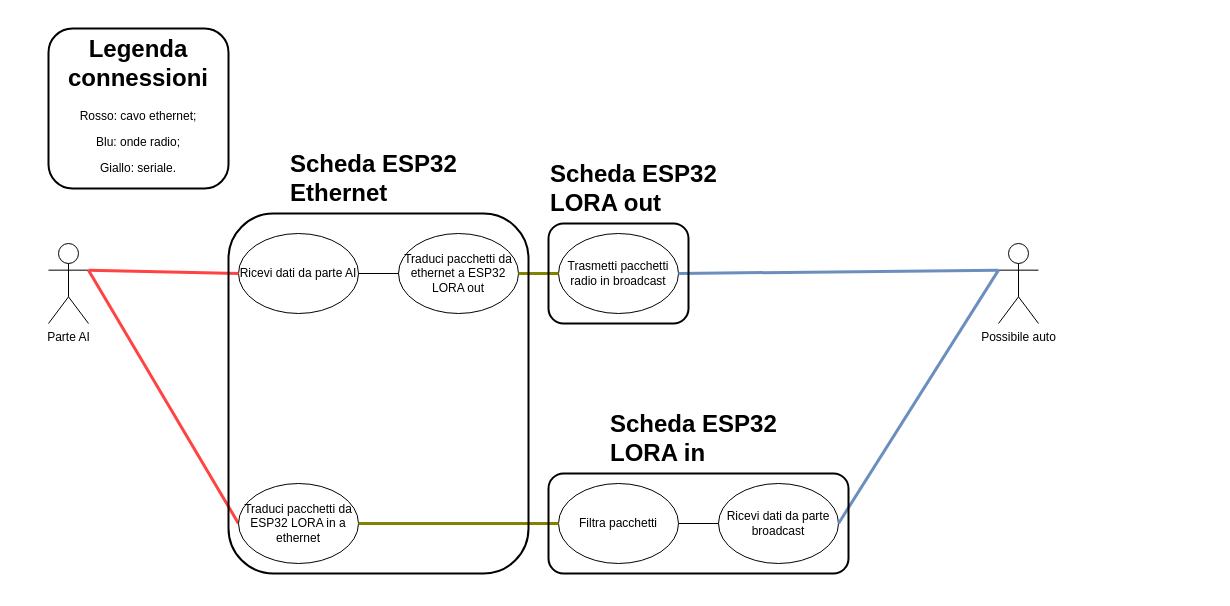
The draw.io diagram software/diagrams/diagramma_casi_d'uso.drawio in ZXerniXZ/VIPRA, before the edit. Source tidied: cells renumbered, new cells numbered last; positions are measured from the earlier drawing's top-left corner, leaving out a move shared by most shapes. Both pictures are drawn from the tidied source at 100%, with x=0, y=0 at pixel (48, 28).
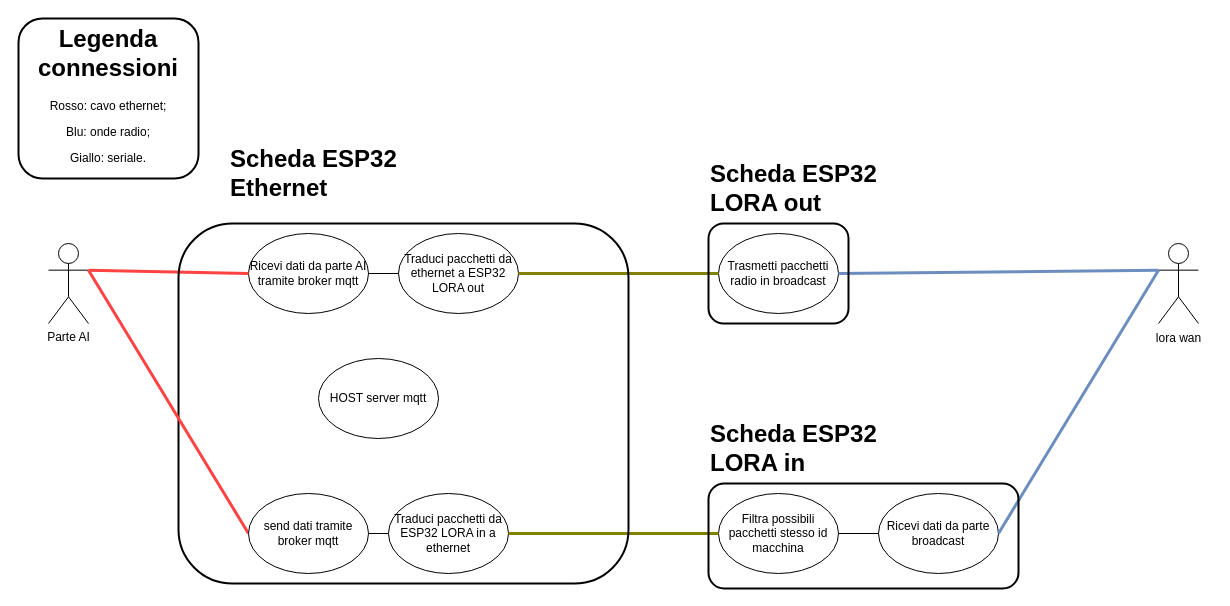
After the change.

Unchanged cells that the change refers to:
```xml
<mxCell id="2" value="Parte AI" style="shape=umlActor;verticalLabelPosition=bottom;verticalAlign=top;html=1;outlineConnect=0;" parent="1" vertex="1">
  <mxGeometry y="215" width="40" height="80" as="geometry" />
</mxCell>
```

What changed in the source:
```diff
@@
-    <mxCell id="3" value="Possibile auto" style="shape=umlActor;verticalLabelPosition=bottom;verticalAlign=top;html=1;outlineConnect=0;" parent="1" vertex="1">
-      <mxGeometry x="950" y="215" width="40" height="80" as="geometry" />
+    <mxCell id="3" style="shape=umlActor;verticalLabelPosition=bottom;verticalAlign=top;html=1;outlineConnect=0;" parent="1" vertex="1">
+      <mxGeometry x="1110" y="215" width="40" height="80" as="geometry" />
     </mxCell>
-    <mxCell id="4" value="Ricevi dati da parte AI" style="ellipse;whiteSpace=wrap;html=1;" parent="1" vertex="1">
-      <mxGeometry x="190" y="205" width="120" height="80" as="geometry" />
+    <mxCell id="4" value="Ricevi dati da parte AI&lt;div&gt;tramite broker mqtt&lt;/div&gt;" style="ellipse;whiteSpace=wrap;html=1;" parent="1" vertex="1">
+      <mxGeometry x="200" y="205" width="120" height="80" as="geometry" />
     </mxCell>
-    <mxCell id="5" value="Filtra pacchetti" style="ellipse;whiteSpace=wrap;html=1;" parent="1" vertex="1">
-      <mxGeometry x="510" y="455" width="120" height="80" as="geometry" />
+    <mxCell id="5" value="Filtra possibili pacchetti stesso id macchina" style="ellipse;whiteSpace=wrap;html=1;" parent="1" vertex="1">
+      <mxGeometry x="670" y="465" width="120" height="80" as="geometry" />
     </mxCell>
     <mxCell id="6" value="Trasmetti pacchetti radio in broadcast" style="ellipse;whiteSpace=wrap;html=1;" parent="1" vertex="1">
-      <mxGeometry x="510" y="205" width="120" height="80" as="geometry" />
+      <mxGeometry x="670" y="205" width="120" height="80" as="geometry" />
     </mxCell>
     <mxCell id="7" value="Ricevi dati da parte broadcast" style="ellipse;whiteSpace=wrap;html=1;" parent="1" vertex="1">
-      <mxGeometry x="670" y="455" width="120" height="80" as="geometry" />
+      <mxGeometry x="830" y="465" width="120" height="80" as="geometry" />
     </mxCell>
@@
-    <mxCell id="10" style="endArrow=none;html=1;rounded=0;entryX=0;entryY=0.5;entryDx=0;entryDy=0;exitX=1;exitY=0.3333333333333333;exitDx=0;exitDy=0;exitPerimeter=0;strokeColor=#FF4242;strokeWidth=3;" parent="1" edge="1" source="2" target="4">
+    <mxCell id="10" style="endArrow=none;html=1;rounded=0;entryX=0;entryY=0.5;entryDx=0;entryDy=0;exitX=1;exitY=0.3333333333333333;exitDx=0;exitDy=0;strokeColor=#FF4242;strokeWidth=3;exitPerimeter=0;" parent="1" edge="1" source="2" target="4">
       <mxGeometry relative="1" as="geometry" />
     </mxCell>
@@
-    <mxCell id="14" style="endArrow=none;html=1;rounded=0;exitX=1;exitY=0.3333333333333333;exitDx=0;exitDy=0;exitPerimeter=0;entryX=0;entryY=0.5;entryDx=0;entryDy=0;strokeColor=#FF4242;strokeWidth=3;" parent="1" edge="1" source="2" target="15">
+    <mxCell id="14" style="endArrow=none;html=1;rounded=0;exitX=1;exitY=0.5;exitDx=0;exitDy=0;entryX=0;entryY=0.5;entryDx=0;entryDy=0;strokeColor=#080604;strokeWidth=1;" parent="1" edge="1" source="27" target="15">
       <mxGeometry relative="1" as="geometry" />
     </mxCell>
     <mxCell id="15" value="Traduci pacchetti da ESP32 LORA in a ethernet" style="ellipse;whiteSpace=wrap;html=1;" parent="1" vertex="1">
-      <mxGeometry x="190" y="455" width="120" height="80" as="geometry" />
+      <mxGeometry x="340" y="465" width="120" height="80" as="geometry" />
     </mxCell>
@@
     <mxCell id="18" style="rounded=1;whiteSpace=wrap;html=1;fillColor=none;strokeWidth=2;" parent="1" vertex="1">
-      <mxGeometry x="180" y="185" width="300" height="360" as="geometry" />
+      <mxGeometry x="130" y="195" width="450" height="360" as="geometry" />
     </mxCell>
     <mxCell id="19" value="&lt;h1 style=&quot;margin-top: 0px;&quot;&gt;Scheda ESP32 Ethernet&lt;/h1&gt;" style="text;html=1;whiteSpace=wrap;overflow=hidden;rounded=0;" parent="1" vertex="1">
-      <mxGeometry x="240" y="115" width="180" height="70" as="geometry" />
+      <mxGeometry x="180" y="110" width="180" height="70" as="geometry" />
     </mxCell>
     <mxCell id="20" style="rounded=1;whiteSpace=wrap;html=1;fillColor=none;strokeWidth=2;" parent="1" vertex="1">
-      <mxGeometry x="500" y="195" width="140" height="100" as="geometry" />
+      <mxGeometry x="660" y="195" width="140" height="100" as="geometry" />
     </mxCell>
     <mxCell id="21" value="&lt;h1 style=&quot;margin-top: 0px;&quot;&gt;Scheda ESP32 LORA out&lt;/h1&gt;" style="text;html=1;whiteSpace=wrap;overflow=hidden;rounded=0;" parent="1" vertex="1">
-      <mxGeometry x="500" y="125" width="180" height="70" as="geometry" />
+      <mxGeometry x="660" y="125" width="180" height="70" as="geometry" />
     </mxCell>
     <mxCell id="22" style="rounded=1;whiteSpace=wrap;html=1;fillColor=none;strokeWidth=2;" parent="1" vertex="1">
-      <mxGeometry x="500" y="445" width="300" height="100" as="geometry" />
+      <mxGeometry x="660" y="455" width="310" height="105" as="geometry" />
     </mxCell>
     <mxCell id="23" value="&lt;h1 style=&quot;margin-top: 0px;&quot;&gt;Scheda ESP32 LORA in&lt;/h1&gt;" style="text;html=1;whiteSpace=wrap;overflow=hidden;rounded=0;" parent="1" vertex="1">
-      <mxGeometry x="560" y="375" width="180" height="70" as="geometry" />
+      <mxGeometry x="660" y="385" width="180" height="70" as="geometry" />
     </mxCell>
     <mxCell id="24" value="&lt;h1 style=&quot;margin-top: 0px;&quot;&gt;Legenda connessioni&lt;/h1&gt;&lt;p style=&quot;&quot;&gt;Rosso: cavo ethernet;&lt;/p&gt;&lt;p&gt;Blu: onde radio;&lt;/p&gt;&lt;p&gt;Giallo: seriale.&lt;/p&gt;" style="text;html=1;whiteSpace=wrap;overflow=hidden;rounded=1;strokeColor=default;strokeWidth=2;align=center;" parent="1" vertex="1">
-      <mxGeometry width="180" height="160" as="geometry" />
+      <mxGeometry x="-30" y="-10" width="180" height="160" as="geometry" />
     </mxCell>
+    <mxCell id="25" value="HOST server mqtt" style="ellipse;whiteSpace=wrap;html=1;" parent="1" vertex="1">
+      <mxGeometry x="270" y="330" width="120" height="80" as="geometry" />
+    </mxCell>
+    <mxCell id="26" style="endArrow=none;html=1;rounded=0;exitX=1;exitY=0.3333333333333333;exitDx=0;exitDy=0;exitPerimeter=0;entryX=0;entryY=0.5;entryDx=0;entryDy=0;strokeColor=#FF4242;strokeWidth=3;" parent="1" edge="1" source="2" target="27">
+      <mxGeometry relative="1" as="geometry" />
+    </mxCell>
+    <mxCell id="27" value="send dati tramite broker mqtt" style="ellipse;whiteSpace=wrap;html=1;" parent="1" vertex="1">
+      <mxGeometry x="200" y="465" width="120" height="80" as="geometry" />
+    </mxCell>
+    <mxCell id="28" value="lora wan" style="text;html=1;align=center;verticalAlign=middle;strokeColor=none;fillColor=none;" parent="1" vertex="1">
+      <mxGeometry x="1095" y="295" width="70" height="30" as="geometry" />
+    </mxCell>
```
